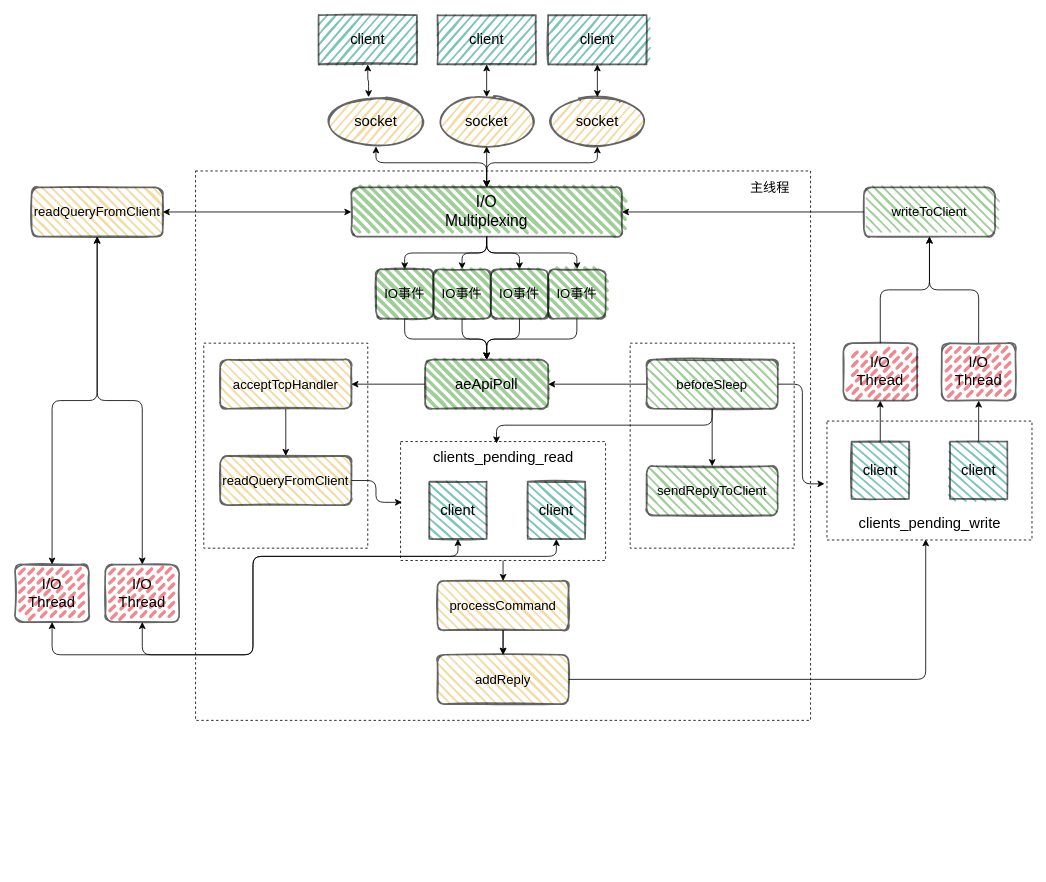
This is page "multi" (1 of 31) of redis/redis.drawio from boilingfrog/Go-POINT, a draw.io file, before an edit. Source tidied: cells renumbered, new cells numbered last; positions are measured from the earlier drawing's top-left corner, leaving out a move shared by most shapes. Both pictures are drawn from the tidied source at 82%, with x=0, y=0 at pixel (15, 15).
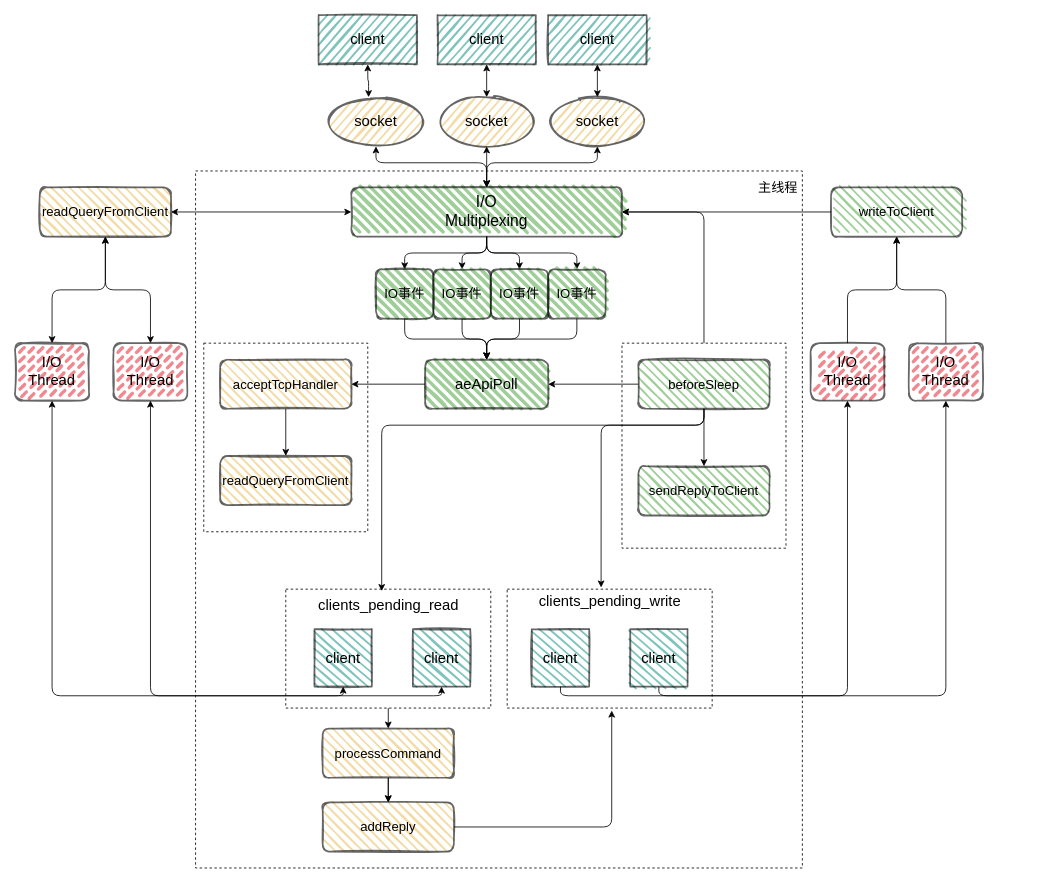
Above is the later version.

Commit message (it also covers changes not shown here):
feat:redis 中的原子性

The change refers to these unchanged cells:
```xml
<mxCell id="11" value="&lt;font style=&quot;font-size: 19px&quot;&gt;I/O&lt;br&gt;Multiplexing&lt;/font&gt;" style="rounded=1;whiteSpace=wrap;html=1;strokeWidth=2;fillWeight=4;hachureGap=8;hachureAngle=45;fillColor=#5FAD56;sketch=1;fontSize=16;opacity=60;" parent="1" vertex="1">
  <mxGeometry x="410" y="210" width="330" height="60" as="geometry" />
</mxCell>
<mxCell id="29" value="readQueryFromClient" style="rounded=1;whiteSpace=wrap;html=1;strokeWidth=2;fillWeight=2;hachureGap=8;hachureAngle=45;fillColor=#E9C46A;sketch=1;fontSize=16;fillStyle=dots;opacity=60;" parent="1" vertex="1">
  <mxGeometry x="250" y="537.5" width="160" height="60" as="geometry" />
</mxCell>
```

What changed in the source:
```diff
@@
-    <mxCell id="2" style="verticalLabelPosition=bottom;verticalAlign=top;html=1;shape=mxgraph.basic.rect;fillColor2=none;strokeWidth=1;size=20;indent=5;fillColor=none;dashed=1;" parent="1" vertex="1">
-      <mxGeometry x="220" y="190" width="750" height="670" as="geometry" />
-    </mxCell>
+    <mxCell id="73" style="verticalLabelPosition=bottom;verticalAlign=top;html=1;shape=mxgraph.basic.rect;fillColor2=none;strokeWidth=1;size=20;indent=5;fillColor=none;dashed=1;" parent="1" vertex="1">
+      <mxGeometry x="220" y="190" width="740" height="850" as="geometry" />
+    </mxCell>
+    <mxCell id="62" style="verticalLabelPosition=bottom;verticalAlign=top;html=1;shape=mxgraph.basic.rect;fillColor2=none;strokeWidth=1;size=20;indent=5;fillColor=none;dashed=1;" parent="1" vertex="1">
+      <mxGeometry x="600" y="700" width="250" height="145" as="geometry" />
+    </mxCell>
+    <mxCell id="4" style="verticalLabelPosition=bottom;verticalAlign=top;html=1;shape=mxgraph.basic.rect;fillColor2=none;strokeWidth=1;size=20;indent=5;fillColor=none;dashed=1;" parent="1" vertex="1">
+      <mxGeometry x="330" y="700" width="250" height="145" as="geometry" />
+    </mxCell>
@@
-    <mxCell id="4" style="verticalLabelPosition=bottom;verticalAlign=top;html=1;shape=mxgraph.basic.rect;fillColor2=none;strokeWidth=1;size=20;indent=5;fillColor=none;dashed=1;" parent="1" vertex="1">
-      <mxGeometry x="470" y="520" width="250" height="145" as="geometry" />
-    </mxCell>
     <mxCell id="5" style="verticalLabelPosition=bottom;verticalAlign=top;html=1;shape=mxgraph.basic.rect;fillColor2=none;strokeWidth=1;size=20;indent=5;fillColor=none;dashed=1;" parent="1" vertex="1">
-      <mxGeometry x="230" y="400" width="200" height="250" as="geometry" />
+      <mxGeometry x="230" y="400" width="200" height="230" as="geometry" />
     </mxCell>
+    <mxCell id="74" style="edgeStyle=orthogonalEdgeStyle;html=1;entryX=1;entryY=0.5;entryDx=0;entryDy=0;fontSize=18;startArrow=none;startFill=0;" parent="1" edge="1" source="6" target="11">
+      <mxGeometry relative="1" as="geometry" />
+    </mxCell>
     <mxCell id="6" style="verticalLabelPosition=bottom;verticalAlign=top;html=1;shape=mxgraph.basic.rect;fillColor2=none;strokeWidth=1;size=20;indent=5;fillColor=none;dashed=1;" parent="1" vertex="1">
-      <mxGeometry x="750" y="400" width="200" height="250" as="geometry" />
+      <mxGeometry x="740" y="400" width="200" height="250" as="geometry" />
     </mxCell>
@@
-    <mxCell id="28" style="edgeStyle=orthogonalEdgeStyle;html=1;entryX=0.007;entryY=0.511;entryDx=0;entryDy=0;entryPerimeter=0;fontSize=18;startArrow=none;startFill=0;" parent="1" edge="1" source="29" target="4">
-      <mxGeometry relative="1" as="geometry" />
-    </mxCell>
@@
-    <mxCell id="32" style="edgeStyle=orthogonalEdgeStyle;html=1;entryX=0.468;entryY=0.016;entryDx=0;entryDy=0;entryPerimeter=0;fontSize=18;startArrow=none;startFill=0;" parent="1" edge="1" source="34" target="4">
+    <mxCell id="32" style="edgeStyle=orthogonalEdgeStyle;html=1;entryX=0.468;entryY=0.016;entryDx=0;entryDy=0;entryPerimeter=0;fontSize=18;startArrow=none;startFill=0;exitX=0.5;exitY=1;exitDx=0;exitDy=0;" parent="1" edge="1" source="34" target="4">
       <mxGeometry relative="1" as="geometry">
         <Array as="points">
-          <mxPoint x="850" y="500" />
-          <mxPoint x="587" y="500" />
+          <mxPoint x="840" y="500" />
+          <mxPoint x="447" y="500" />
         </Array>
       </mxGeometry>
     </mxCell>
-    <mxCell id="33" style="edgeStyle=orthogonalEdgeStyle;html=1;entryX=-0.012;entryY=0.528;entryDx=0;entryDy=0;entryPerimeter=0;fontSize=18;startArrow=none;startFill=0;" parent="1" edge="1" source="34" target="62">
-      <mxGeometry relative="1" as="geometry">
-        <Array as="points">
-          <mxPoint x="960" y="450" />
-          <mxPoint x="960" y="572" />
-        </Array>
-      </mxGeometry>
-    </mxCell>
+    <mxCell id="75" style="edgeStyle=orthogonalEdgeStyle;html=1;entryX=0.445;entryY=-0.067;entryDx=0;entryDy=0;entryPerimeter=0;fontSize=18;startArrow=none;startFill=0;" parent="1" edge="1" source="34" target="63">
+      <mxGeometry relative="1" as="geometry">
+        <Array as="points">
+          <mxPoint x="840" y="500" />
+          <mxPoint x="715" y="500" />
+        </Array>
+      </mxGeometry>
+    </mxCell>
     <mxCell id="34" value="beforeSleep" style="rounded=1;whiteSpace=wrap;html=1;strokeWidth=2;fillWeight=2;hachureGap=8;hachureAngle=45;fillColor=#5FAD56;sketch=1;fontSize=16;fillStyle=dots;opacity=60;" parent="1" vertex="1">
-      <mxGeometry x="770" y="420" width="160" height="60" as="geometry" />
+      <mxGeometry x="760" y="420" width="160" height="60" as="geometry" />
     </mxCell>
@@
     <mxCell id="37" value="processCommand" style="rounded=1;whiteSpace=wrap;html=1;strokeWidth=2;fillWeight=2;hachureGap=8;hachureAngle=45;fillColor=#E9C46A;sketch=1;fontSize=16;fillStyle=dots;opacity=60;" parent="1" vertex="1">
-      <mxGeometry x="515" y="690" width="160" height="60" as="geometry" />
+      <mxGeometry x="375" y="870" width="160" height="60" as="geometry" />
     </mxCell>
-    <mxCell id="38" style="edgeStyle=orthogonalEdgeStyle;html=1;entryX=0.476;entryY=1.139;entryDx=0;entryDy=0;entryPerimeter=0;fontSize=18;startArrow=none;startFill=0;" parent="1" edge="1" source="39" target="63">
-      <mxGeometry relative="1" as="geometry" />
-    </mxCell>
+    <mxCell id="76" style="edgeStyle=orthogonalEdgeStyle;html=1;entryX=0.51;entryY=1.021;entryDx=0;entryDy=0;entryPerimeter=0;fontSize=18;startArrow=none;startFill=0;" parent="1" edge="1" source="39" target="62">
+      <mxGeometry relative="1" as="geometry" />
+    </mxCell>
     <mxCell id="39" value="addReply" style="rounded=1;whiteSpace=wrap;html=1;strokeWidth=2;fillWeight=2;hachureGap=8;hachureAngle=45;fillColor=#E9C46A;sketch=1;fontSize=16;fillStyle=dots;opacity=60;" parent="1" vertex="1">
-      <mxGeometry x="515" y="780" width="160" height="60" as="geometry" />
+      <mxGeometry x="375" y="960" width="160" height="60" as="geometry" />
     </mxCell>
@@
     <mxCell id="41" value="writeToClient" style="rounded=1;whiteSpace=wrap;html=1;strokeWidth=2;fillWeight=2;hachureGap=8;hachureAngle=45;fillColor=#5FAD56;sketch=1;fontSize=16;fillStyle=dots;opacity=60;" parent="1" vertex="1">
-      <mxGeometry x="1035" y="210" width="160" height="60" as="geometry" />
+      <mxGeometry x="995" y="210" width="160" height="60" as="geometry" />
     </mxCell>
@@
     <mxCell id="50" value="主线程" style="text;html=1;align=center;verticalAlign=middle;strokeColor=none;fillColor=none;fontSize=16;" parent="1" vertex="1">
-      <mxGeometry x="890" y="200" width="60" height="20" as="geometry" />
+      <mxGeometry x="900" y="200" width="60" height="20" as="geometry" />
     </mxCell>
     <mxCell id="51" value="sendReplyToClient" style="rounded=1;whiteSpace=wrap;html=1;strokeWidth=2;fillWeight=2;hachureGap=8;hachureAngle=45;fillColor=#5FAD56;sketch=1;fontSize=16;fillStyle=dots;opacity=60;" parent="1" vertex="1">
-      <mxGeometry x="770" y="550" width="160" height="60" as="geometry" />
+      <mxGeometry x="760" y="550" width="160" height="60" as="geometry" />
     </mxCell>
@@
     <mxCell id="53" value="readQueryFromClient" style="rounded=1;whiteSpace=wrap;html=1;strokeWidth=2;fillWeight=2;hachureGap=8;hachureAngle=45;fillColor=#E9C46A;sketch=1;fontSize=16;fillStyle=dots;opacity=60;" parent="1" vertex="1">
-      <mxGeometry x="20" y="210" width="160" height="60" as="geometry" />
+      <mxGeometry x="30" y="210" width="160" height="60" as="geometry" />
     </mxCell>
@@
     <mxCell id="55" value="&lt;font style=&quot;font-size: 18px&quot;&gt;I/O&lt;br&gt;Thread&lt;br&gt;&lt;/font&gt;" style="rounded=1;whiteSpace=wrap;html=1;strokeWidth=2;fillWeight=4;hachureGap=8;hachureAngle=45;fillColor=#E63946;sketch=1;fontSize=16;opacity=60;fillStyle=dashed;direction=south;" parent="1" vertex="1">
-      <mxGeometry x="1130" y="400" width="90" height="70" as="geometry" />
+      <mxGeometry x="1090" y="400" width="90" height="70" as="geometry" />
     </mxCell>
     <mxCell id="56" style="edgeStyle=orthogonalEdgeStyle;html=1;entryX=1;entryY=0.5;entryDx=0;entryDy=0;fontSize=18;startArrow=none;startFill=0;" parent="1" edge="1" source="57" target="59">
-      <mxGeometry relative="1" as="geometry" />
+      <mxGeometry relative="1" as="geometry">
+        <Array as="points">
+          <mxPoint x="665" y="830" />
+          <mxPoint x="1015" y="830" />
+        </Array>
+      </mxGeometry>
     </mxCell>
     <mxCell id="57" value="&lt;font style=&quot;font-size: 18px&quot;&gt;client&lt;/font&gt;" style="rounded=0;whiteSpace=wrap;html=1;fontFamily=Helvetica;fontSize=12;fontColor=default;strokeColor=default;fillColor=#2A9D8F;strokeWidth=2;fillWeight=2;hachureGap=8;fillStyle=dots;sketch=1;opacity=60;direction=south;" parent="1" vertex="1">
-      <mxGeometry x="1020" y="520" width="70" height="70" as="geometry" />
+      <mxGeometry x="630" y="748.8" width="70" height="70" as="geometry" />
     </mxCell>
@@
     <mxCell id="59" value="&lt;font style=&quot;font-size: 18px&quot;&gt;I/O&lt;br&gt;Thread&lt;br&gt;&lt;/font&gt;" style="rounded=1;whiteSpace=wrap;html=1;strokeWidth=2;fillWeight=4;hachureGap=8;hachureAngle=45;fillColor=#E63946;sketch=1;fontSize=16;opacity=60;fillStyle=dashed;direction=south;" parent="1" vertex="1">
-      <mxGeometry x="1010" y="400" width="90" height="70" as="geometry" />
+      <mxGeometry x="970" y="400" width="90" height="70" as="geometry" />
     </mxCell>
-    <mxCell id="60" style="edgeStyle=orthogonalEdgeStyle;html=1;entryX=1;entryY=0.5;entryDx=0;entryDy=0;fontSize=18;startArrow=none;startFill=0;" parent="1" edge="1" source="61" target="55">
-      <mxGeometry relative="1" as="geometry" />
+    <mxCell id="60" style="edgeStyle=orthogonalEdgeStyle;html=1;fontSize=18;startArrow=none;startFill=0;" parent="1" edge="1" source="61" target="55">
+      <mxGeometry relative="1" as="geometry">
+        <Array as="points">
+          <mxPoint x="785" y="830" />
+          <mxPoint x="1135" y="830" />
+        </Array>
+      </mxGeometry>
     </mxCell>
     <mxCell id="61" value="&lt;font style=&quot;font-size: 18px&quot;&gt;client&lt;/font&gt;" style="rounded=0;whiteSpace=wrap;html=1;fontFamily=Helvetica;fontSize=12;fontColor=default;strokeColor=default;fillColor=#2A9D8F;strokeWidth=2;fillWeight=2;hachureGap=8;fillStyle=dots;sketch=1;opacity=60;direction=south;" parent="1" vertex="1">
-      <mxGeometry x="1140" y="520" width="70" height="70" as="geometry" />
+      <mxGeometry x="750" y="748.8" width="70" height="70" as="geometry" />
     </mxCell>
-    <mxCell id="62" style="verticalLabelPosition=bottom;verticalAlign=top;html=1;shape=mxgraph.basic.rect;fillColor2=none;strokeWidth=1;size=20;indent=5;fillColor=none;dashed=1;" parent="1" vertex="1">
-      <mxGeometry x="990" y="495" width="250" height="145" as="geometry" />
-    </mxCell>
     <mxCell id="63" value="clients_pending_write" style="text;html=1;align=center;verticalAlign=middle;points=[];strokeColor=none;fillColor=none;fontSize=18;" parent="1" vertex="1">
-      <mxGeometry x="1020" y="605" width="190" height="30" as="geometry" />
+      <mxGeometry x="630" y="700" width="190" height="30" as="geometry" />
     </mxCell>
     <mxCell id="64" style="edgeStyle=orthogonalEdgeStyle;html=1;entryX=1;entryY=0.5;entryDx=0;entryDy=0;fontSize=18;startArrow=classic;startFill=1;" parent="1" edge="1" source="65" target="70">
       <mxGeometry relative="1" as="geometry">
         <Array as="points">
-          <mxPoint x="540" y="660" />
-          <mxPoint x="290" y="660" />
-          <mxPoint x="290" y="780" />
-          <mxPoint x="45" y="780" />
+          <mxPoint x="400" y="830" />
+          <mxPoint x="45" y="830" />
         </Array>
       </mxGeometry>
     </mxCell>
     <mxCell id="65" value="&lt;font style=&quot;font-size: 18px&quot;&gt;client&lt;/font&gt;" style="rounded=0;whiteSpace=wrap;html=1;fontFamily=Helvetica;fontSize=12;fontColor=default;strokeColor=default;fillColor=#2A9D8F;strokeWidth=2;fillWeight=2;hachureGap=8;fillStyle=dots;sketch=1;opacity=60;direction=south;" parent="1" vertex="1">
-      <mxGeometry x="505" y="568.8" width="70" height="70" as="geometry" />
+      <mxGeometry x="365" y="748.8" width="70" height="70" as="geometry" />
     </mxCell>
     <mxCell id="66" style="edgeStyle=orthogonalEdgeStyle;html=1;entryX=1;entryY=0.5;entryDx=0;entryDy=0;fontSize=18;startArrow=classic;startFill=1;" parent="1" edge="1" source="67" target="72">
       <mxGeometry relative="1" as="geometry">
         <Array as="points">
-          <mxPoint x="660" y="660" />
-          <mxPoint x="290" y="660" />
-          <mxPoint x="290" y="780" />
-          <mxPoint x="155" y="780" />
+          <mxPoint x="520" y="830" />
+          <mxPoint x="165" y="830" />
         </Array>
       </mxGeometry>
     </mxCell>
     <mxCell id="67" value="&lt;font style=&quot;font-size: 18px&quot;&gt;client&lt;/font&gt;" style="rounded=0;whiteSpace=wrap;html=1;fontFamily=Helvetica;fontSize=12;fontColor=default;strokeColor=default;fillColor=#2A9D8F;strokeWidth=2;fillWeight=2;hachureGap=8;fillStyle=dots;sketch=1;opacity=60;direction=south;" parent="1" vertex="1">
-      <mxGeometry x="625" y="568.8" width="70" height="70" as="geometry" />
+      <mxGeometry x="485" y="748.8" width="70" height="70" as="geometry" />
     </mxCell>
     <mxCell id="68" value="clients_pending_read" style="text;html=1;align=center;verticalAlign=middle;strokeColor=none;fillColor=none;fontSize=18;" parent="1" vertex="1">
-      <mxGeometry x="500" y="525" width="190" height="30" as="geometry" />
+      <mxGeometry x="360" y="705" width="190" height="30" as="geometry" />
     </mxCell>
@@
     <mxCell id="70" value="&lt;font style=&quot;font-size: 18px&quot;&gt;I/O&lt;br&gt;Thread&lt;br&gt;&lt;/font&gt;" style="rounded=1;whiteSpace=wrap;html=1;strokeWidth=2;fillWeight=4;hachureGap=8;hachureAngle=45;fillColor=#E63946;sketch=1;fontSize=16;opacity=60;fillStyle=dashed;direction=south;" parent="1" vertex="1">
-      <mxGeometry y="670" width="90" height="70" as="geometry" />
+      <mxGeometry y="400" width="90" height="70" as="geometry" />
     </mxCell>
@@
     <mxCell id="72" value="&lt;font style=&quot;font-size: 18px&quot;&gt;I/O&lt;br&gt;Thread&lt;br&gt;&lt;/font&gt;" style="rounded=1;whiteSpace=wrap;html=1;strokeWidth=2;fillWeight=4;hachureGap=8;hachureAngle=45;fillColor=#E63946;sketch=1;fontSize=16;opacity=60;fillStyle=dashed;direction=south;" parent="1" vertex="1">
-      <mxGeometry x="110" y="670" width="90" height="70" as="geometry" />
+      <mxGeometry x="120" y="400" width="90" height="70" as="geometry" />
     </mxCell>
```
